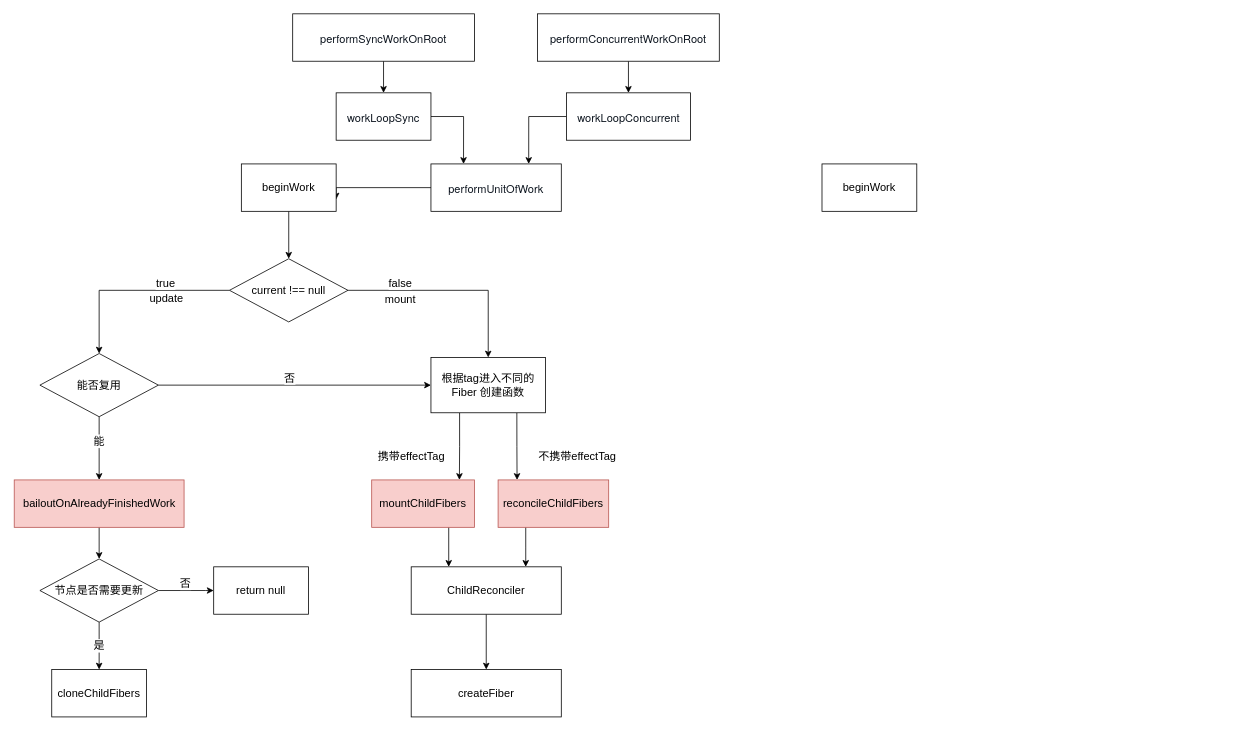
Earlier version of the draw.io diagram Untitled Diagram.drawio (miracles1919/draw.io). Source tidied: cells renumbered, new cells numbered last; positions are measured from the earlier drawing's top-left corner, leaving out a move shared by most shapes. Both pictures are drawn from the tidied source at 79%, with x=0, y=0 at pixel (14, 13).
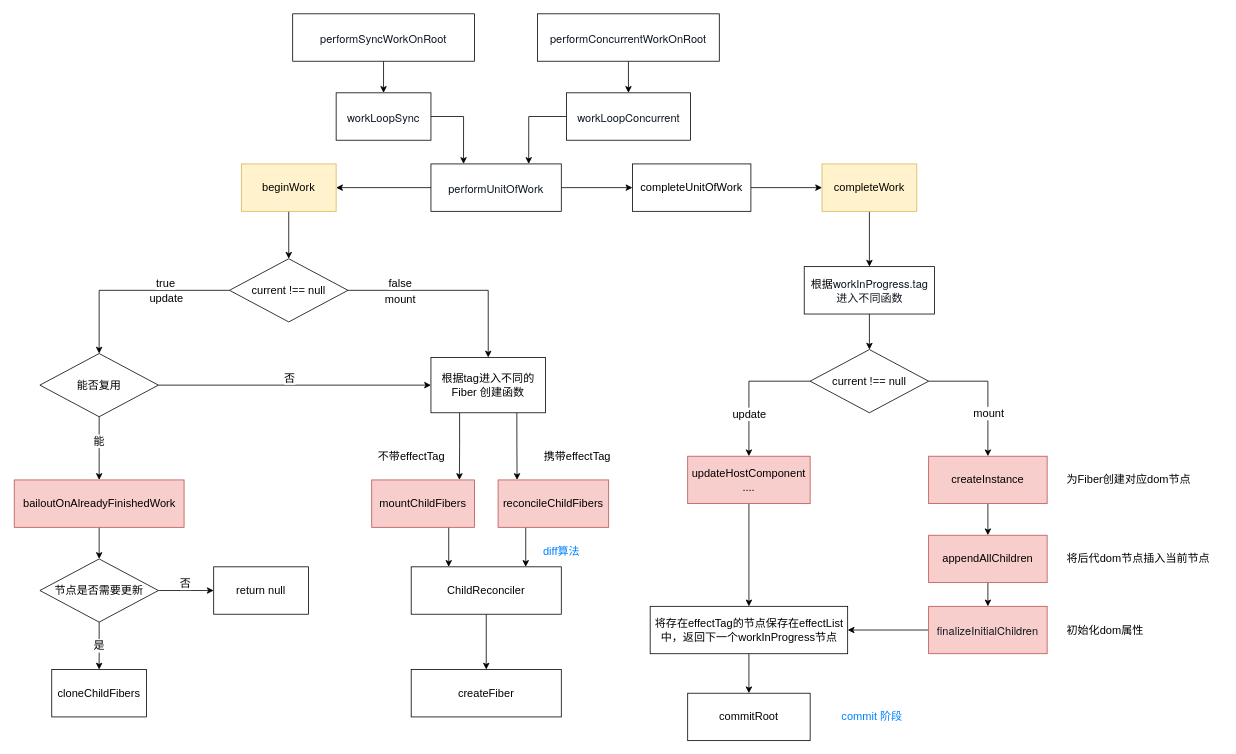
Above is the later version.

Commit message:
react render阶段

Unchanged cells that the change refers to:
```xml
<mxCell id="11" value="&lt;p class=&quot;p1&quot; style=&quot;margin: 0px ; font-stretch: normal ; font-size: 14px ; line-height: normal ; font-family: &amp;#34;helvetica neue&amp;#34; ; color: rgb(15 , 23 , 33)&quot;&gt;performUnitOfWork&lt;/p&gt;" style="rounded=0;whiteSpace=wrap;html=1;" parent="1" vertex="1">
  <mxGeometry x="527" y="190" width="165" height="60" as="geometry" />
</mxCell>
```

Change to the diagram source:
```diff
@@
-    <mxCell id="10" style="edgeStyle=orthogonalEdgeStyle;rounded=0;jettySize=auto;html=1;exitX=0;exitY=0.5;exitDx=0;exitDy=0;entryX=1;entryY=0.75;entryDx=0;entryDy=0;" parent="1" edge="1" source="11" target="13">
-      <mxGeometry relative="1" as="geometry">
-        <Array as="points">
-          <mxPoint x="407" y="220" />
-        </Array>
-      </mxGeometry>
+    <mxCell id="10" style="edgeStyle=orthogonalEdgeStyle;rounded=0;jettySize=auto;html=1;exitX=0;exitY=0.5;exitDx=0;exitDy=0;entryX=1;entryY=0.5;entryDx=0;entryDy=0;" parent="1" edge="1" source="11" target="13">
+      <mxGeometry relative="1" as="geometry" />
     </mxCell>
+    <mxCell id="47" style="edgeStyle=orthogonalEdgeStyle;rounded=0;jettySize=auto;html=1;exitX=1;exitY=0.5;exitDx=0;exitDy=0;entryX=0;entryY=0.5;entryDx=0;entryDy=0;" parent="1" edge="1" source="11" target="50">
+      <mxGeometry relative="1" as="geometry" />
+    </mxCell>
@@
-    <mxCell id="13" value="&lt;font style=&quot;font-size: 14px&quot;&gt;beginWork&lt;/font&gt;" style="rounded=0;whiteSpace=wrap;html=1;" parent="1" vertex="1">
+    <mxCell id="13" value="&lt;font style=&quot;font-size: 14px&quot;&gt;beginWork&lt;/font&gt;" style="rounded=0;whiteSpace=wrap;html=1;fillColor=#fff2cc;strokeColor=#d6b656;" parent="1" vertex="1">
       <mxGeometry x="287" y="190" width="120" height="60" as="geometry" />
     </mxCell>
+    <mxCell id="48" style="edgeStyle=orthogonalEdgeStyle;rounded=0;jettySize=auto;html=1;exitX=0.5;exitY=1;exitDx=0;exitDy=0;entryX=0.5;entryY=0;entryDx=0;entryDy=0;" parent="1" edge="1" source="14" target="52">
+      <mxGeometry relative="1" as="geometry" />
+    </mxCell>
-    <mxCell id="14" value="&lt;font style=&quot;font-size: 14px&quot;&gt;beginWork&lt;/font&gt;" style="rounded=0;whiteSpace=wrap;html=1;" parent="1" vertex="1">
+    <mxCell id="14" value="&lt;font style=&quot;font-size: 14px&quot;&gt;completeWork&lt;/font&gt;" style="rounded=0;whiteSpace=wrap;html=1;fillColor=#fff2cc;strokeColor=#d6b656;" parent="1" vertex="1">
       <mxGeometry x="1022" y="190" width="120" height="60" as="geometry" />
     </mxCell>
@@
-    <mxCell id="45" value="携带effectTag" style="text;html=1;align=center;verticalAlign=middle;strokeColor=none;fontSize=14;" parent="1" vertex="1">
+    <mxCell id="45" value="不带effectTag" style="text;html=1;align=center;verticalAlign=middle;strokeColor=none;fontSize=14;" parent="1" vertex="1">
       <mxGeometry x="452" y="550" width="100" height="20" as="geometry" />
     </mxCell>
-    <mxCell id="46" value="不携带effectTag" style="text;html=1;align=center;verticalAlign=middle;strokeColor=none;fontSize=14;" parent="1" vertex="1">
-      <mxGeometry x="657" y="550" width="110" height="20" as="geometry" />
+    <mxCell id="46" value="携带effectTag" style="text;html=1;align=center;verticalAlign=middle;strokeColor=none;fontSize=14;" parent="1" vertex="1">
+      <mxGeometry x="662" y="550" width="100" height="20" as="geometry" />
     </mxCell>
+    <mxCell id="49" style="edgeStyle=orthogonalEdgeStyle;rounded=0;jettySize=auto;html=1;exitX=1;exitY=0.5;exitDx=0;exitDy=0;" parent="1" edge="1" source="50" target="14">
+      <mxGeometry relative="1" as="geometry" />
+    </mxCell>
+    <mxCell id="50" value="&lt;font style=&quot;font-size: 14px&quot;&gt;completeUnitOfWork&lt;/font&gt;" style="rounded=0;whiteSpace=wrap;html=1;" parent="1" vertex="1">
+      <mxGeometry x="782" y="190" width="150" height="60" as="geometry" />
+    </mxCell>
+    <mxCell id="51" style="edgeStyle=orthogonalEdgeStyle;rounded=0;jettySize=auto;html=1;exitX=0.5;exitY=1;exitDx=0;exitDy=0;entryX=0.5;entryY=0;entryDx=0;entryDy=0;" parent="1" edge="1" source="52" target="57">
+      <mxGeometry relative="1" as="geometry" />
+    </mxCell>
+    <mxCell id="52" value="&lt;span style=&quot;font-size: 14px&quot;&gt;根据&lt;/span&gt;&lt;span style=&quot;color: rgb(15 , 23 , 33) ; font-family: &amp;#34;helvetica neue&amp;#34; ; font-size: 14px&quot;&gt;workInProgress.tag 进入不同函数&lt;/span&gt;" style="rounded=0;whiteSpace=wrap;html=1;" parent="1" vertex="1">
+      <mxGeometry x="999.5" y="320" width="165" height="60" as="geometry" />
+    </mxCell>
+    <mxCell id="53" style="edgeStyle=orthogonalEdgeStyle;rounded=0;jettySize=auto;html=1;exitX=0;exitY=0.5;exitDx=0;exitDy=0;" parent="1" edge="1" source="57" target="65">
+      <mxGeometry relative="1" as="geometry" />
+    </mxCell>
+    <mxCell id="54" value="update" style="edgeLabel;html=1;align=center;verticalAlign=middle;fontSize=14;" parent="53" vertex="1">
+      <mxGeometry x="0.34" y="-3" relative="1" as="geometry">
+        <mxPoint x="3" y="3" as="offset" />
+      </mxGeometry>
+    </mxCell>
+    <mxCell id="55" style="edgeStyle=orthogonalEdgeStyle;rounded=0;jettySize=auto;html=1;entryX=0.5;entryY=0;entryDx=0;entryDy=0;" parent="1" edge="1" source="57" target="59">
+      <mxGeometry relative="1" as="geometry">
+        <Array as="points">
+          <mxPoint x="1232" y="465" />
+        </Array>
+      </mxGeometry>
+    </mxCell>
+    <mxCell id="56" value="mount" style="edgeLabel;html=1;align=center;verticalAlign=middle;fontSize=14;" parent="55" vertex="1">
+      <mxGeometry x="0.38" relative="1" as="geometry">
+        <mxPoint y="-2" as="offset" />
+      </mxGeometry>
+    </mxCell>
+    <mxCell id="57" value="&lt;font style=&quot;font-size: 14px&quot;&gt;current !== null&lt;/font&gt;" style="rhombus;whiteSpace=wrap;html=1;" parent="1" vertex="1">
+      <mxGeometry x="1007" y="425" width="150" height="80" as="geometry" />
+    </mxCell>
+    <mxCell id="58" style="edgeStyle=orthogonalEdgeStyle;rounded=0;jettySize=auto;html=1;exitX=0.5;exitY=1;exitDx=0;exitDy=0;entryX=0.5;entryY=0;entryDx=0;entryDy=0;" parent="1" edge="1" source="59" target="63">
+      <mxGeometry relative="1" as="geometry" />
+    </mxCell>
+    <mxCell id="59" value="&lt;span style=&quot;font-size: 14px&quot;&gt;createInstance&lt;/span&gt;" style="rounded=0;whiteSpace=wrap;html=1;fillColor=#f8cecc;strokeColor=#b85450;" parent="1" vertex="1">
+      <mxGeometry x="1157" y="560" width="150" height="60" as="geometry" />
+    </mxCell>
+    <mxCell id="60" style="edgeStyle=orthogonalEdgeStyle;rounded=0;jettySize=auto;html=1;exitX=0;exitY=0.5;exitDx=0;exitDy=0;" parent="1" edge="1" source="61" target="67">
+      <mxGeometry relative="1" as="geometry" />
+    </mxCell>
+    <mxCell id="61" value="&lt;p class=&quot;p1&quot; style=&quot;margin: 0px ; font-stretch: normal ; font-size: 14px ; line-height: normal ; font-family: &amp;#34;helvetica neue&amp;#34; ; color: rgb(15 , 23 , 33)&quot;&gt;finalizeInitialChildren&lt;/p&gt;" style="rounded=0;whiteSpace=wrap;html=1;fillColor=#f8cecc;strokeColor=#b85450;" parent="1" vertex="1">
+      <mxGeometry x="1157" y="750" width="150" height="60" as="geometry" />
+    </mxCell>
+    <mxCell id="62" style="edgeStyle=orthogonalEdgeStyle;rounded=0;jettySize=auto;html=1;exitX=0.5;exitY=1;exitDx=0;exitDy=0;entryX=0.5;entryY=0;entryDx=0;entryDy=0;" parent="1" edge="1" source="63" target="61">
+      <mxGeometry relative="1" as="geometry" />
+    </mxCell>
+    <mxCell id="63" value="&lt;span style=&quot;font-size: 14px&quot;&gt;appendAllChildren&lt;/span&gt;" style="rounded=0;whiteSpace=wrap;html=1;fillColor=#f8cecc;strokeColor=#b85450;" parent="1" vertex="1">
+      <mxGeometry x="1157" y="660" width="150" height="60" as="geometry" />
+    </mxCell>
+    <mxCell id="64" style="edgeStyle=orthogonalEdgeStyle;rounded=0;jettySize=auto;html=1;exitX=0.5;exitY=1;exitDx=0;exitDy=0;" parent="1" edge="1" source="65" target="67">
+      <mxGeometry relative="1" as="geometry" />
+    </mxCell>
+    <mxCell id="65" value="&lt;span style=&quot;font-size: 14px&quot;&gt;updateHostComponent&lt;br&gt;....&lt;br&gt;&lt;/span&gt;" style="rounded=0;whiteSpace=wrap;html=1;fillColor=#f8cecc;strokeColor=#b85450;" parent="1" vertex="1">
+      <mxGeometry x="852" y="560" width="155" height="60" as="geometry" />
+    </mxCell>
+    <mxCell id="66" style="edgeStyle=orthogonalEdgeStyle;rounded=0;jettySize=auto;html=1;exitX=0.5;exitY=1;exitDx=0;exitDy=0;entryX=0.5;entryY=0;entryDx=0;entryDy=0;" parent="1" edge="1" source="67" target="68">
+      <mxGeometry relative="1" as="geometry" />
+    </mxCell>
+    <mxCell id="67" value="&lt;span style=&quot;font-size: 14px&quot;&gt;将存在effectTag的节点保存在effectList中，返回下一个workInProgress节点&lt;/span&gt;" style="rounded=0;whiteSpace=wrap;html=1;" parent="1" vertex="1">
+      <mxGeometry x="804.5" y="750" width="250" height="60" as="geometry" />
+    </mxCell>
+    <mxCell id="68" value="&lt;span style=&quot;font-size: 14px&quot;&gt;commitRoot&lt;/span&gt;" style="rounded=0;whiteSpace=wrap;html=1;" parent="1" vertex="1">
+      <mxGeometry x="852" y="860" width="155" height="60" as="geometry" />
+    </mxCell>
+    <mxCell id="69" value="为Fiber创建对应dom节点" style="text;html=1;align=left;verticalAlign=middle;strokeColor=none;fontSize=14;" parent="1" vertex="1">
+      <mxGeometry x="1329.5" y="580" width="170" height="20" as="geometry" />
+    </mxCell>
+    <mxCell id="70" value="将后代dom节点插入当前节点" style="text;html=1;align=left;verticalAlign=middle;strokeColor=none;fontSize=14;" parent="1" vertex="1">
+      <mxGeometry x="1329.5" y="680" width="200" height="20" as="geometry" />
+    </mxCell>
+    <mxCell id="71" value="初始化dom属性" style="text;html=1;align=left;verticalAlign=middle;strokeColor=none;fontSize=14;" parent="1" vertex="1">
+      <mxGeometry x="1329.5" y="770" width="110" height="20" as="geometry" />
+    </mxCell>
+    <mxCell id="72" value="diff算法" style="text;html=1;align=center;verticalAlign=middle;strokeColor=none;fontSize=14;fontColor=#007FFF;" parent="1" vertex="1">
+      <mxGeometry x="662" y="670" width="60" height="20" as="geometry" />
+    </mxCell>
+    <mxCell id="73" value="commit 阶段" style="text;html=1;align=center;verticalAlign=middle;strokeColor=none;fontSize=14;fontColor=#007FFF;" parent="1" vertex="1">
+      <mxGeometry x="1039.5" y="880" width="90" height="20" as="geometry" />
+    </mxCell>
```
